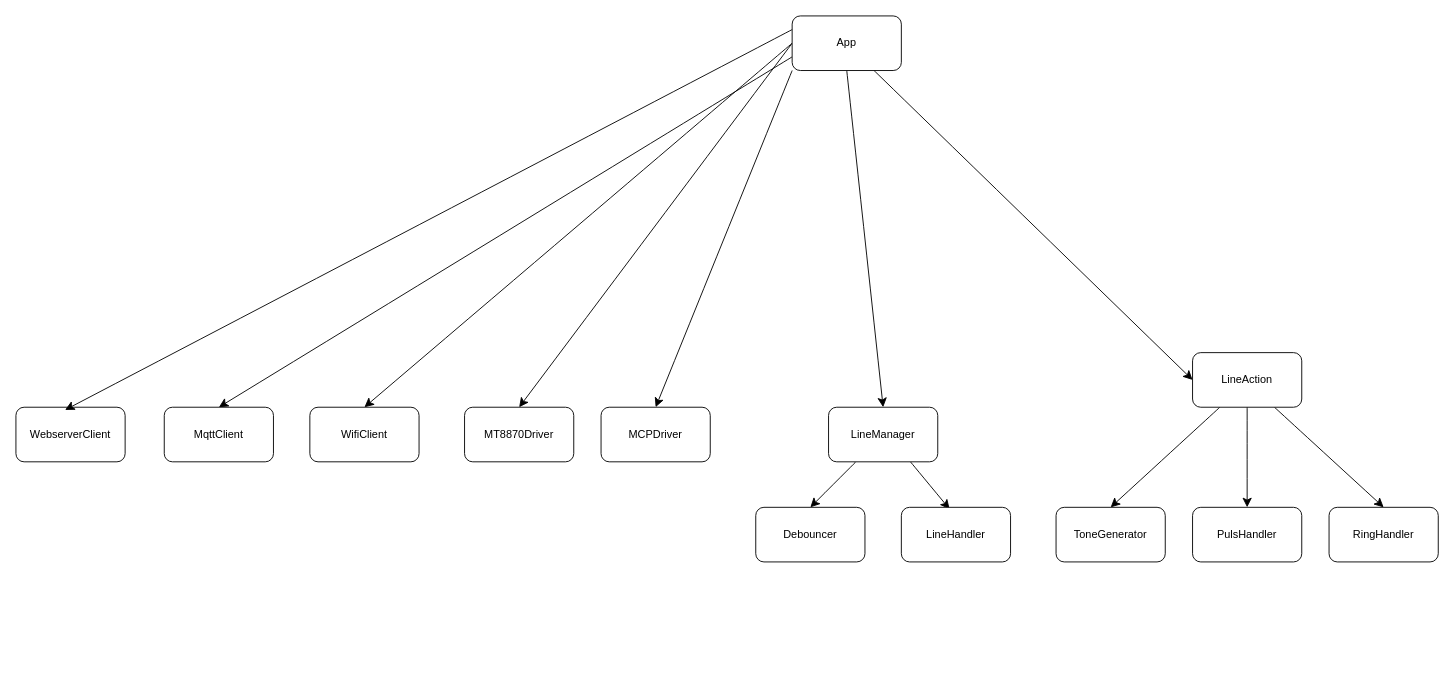
ondfrukt/Phone-exchange keeps this draw.io diagram as Phome exchange.drawio. Above is the earlier version. Source tidied: cells renumbered, new cells numbered last; positions are measured from the earlier drawing's top-left corner, leaving out a move shared by most shapes. Both pictures are drawn from the tidied source at 91%, with x=0, y=0 at pixel (15, 15).
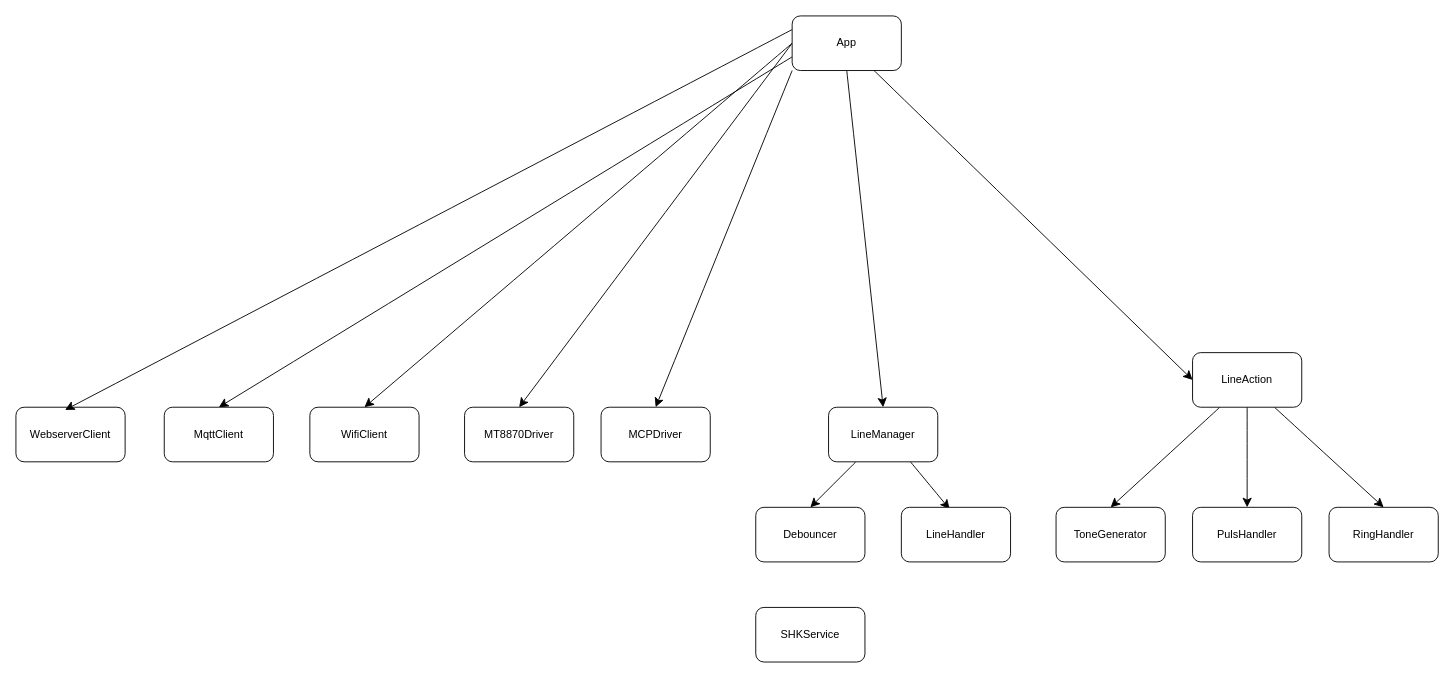
The same page after the edit.

Commit message (it also covers changes not shown here):
modified:   Phome exchange.drawio 	deleted:    src/PhoneExchange.zip 	modified:   src/drivers/MCPDriver.cpp 	modified:   src/drivers/MCPDriver.h

What changed in the source:
```diff
@@
+    <mxCell id="27" value="SHKService" style="rounded=1;whiteSpace=wrap;html=1;" parent="1" vertex="1">
+      <mxGeometry x="813" y="650" width="120" height="60" as="geometry" />
+    </mxCell>
```
